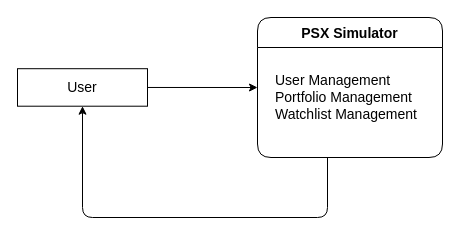
Earlier version of the draw.io diagram diagrams/DFD level 0.drawio (httpshahan/Pakistan-Stock-Exchange-Simulator). Source tidied: cells renumbered, new cells numbered last; positions are measured from the earlier drawing's top-left corner, leaving out a move shared by most shapes. Both pictures are drawn from the tidied source at 100%, with x=0, y=0 at pixel (17, 17).
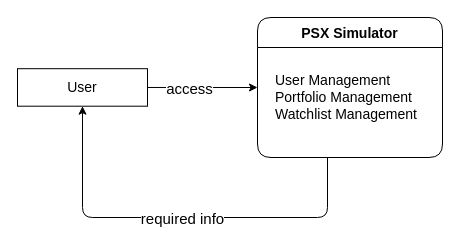
The same diagram, later.

Commit message (it also covers changes not shown here):
Update DFD level 0 diagram with corrected edge order

Diff of the diagram source:
```diff
@@
 <mxGraphModel>
   <root>
     <mxCell id="0" />
     <mxCell id="1" parent="0" />
     <mxCell id="2" style="edgeStyle=orthogonalEdgeStyle;html=1;fontSize=14;entryX=0.5;entryY=1;entryDx=0;entryDy=0;" parent="1" edge="1" source="3" target="6">
       <mxGeometry relative="1" as="geometry">
         <Array as="points">
           <mxPoint x="310" y="200" />
           <mxPoint x="65" y="200" />
         </Array>
       </mxGeometry>
     </mxCell>
+    <mxCell id="7" value="required info" style="edgeLabel;html=1;align=center;verticalAlign=middle;fontSize=15;" parent="2" vertex="1">
+      <mxGeometry x="-0.01" relative="1" as="geometry" />
+    </mxCell>
     <mxCell id="3" value="PSX Simulator" style="swimlane;rounded=1;startSize=30;fontSize=14;" parent="1" vertex="1">
       <mxGeometry x="240" width="185" height="140" as="geometry" />
     </mxCell>
     <mxCell id="4" value="User Management&lt;br style=&quot;font-size: 14px;&quot;&gt;Portfolio Management&lt;br style=&quot;font-size: 14px;&quot;&gt;Watchlist Management" style="text;html=1;align=left;verticalAlign=middle;strokeColor=none;fillColor=none;fontSize=14;spacingTop=0;spacing=3;horizontal=1;" parent="3" vertex="1">
       <mxGeometry x="15" y="50" width="170" height="60" as="geometry" />
     </mxCell>
     <mxCell id="5" style="edgeStyle=none;html=1;entryX=0;entryY=0.5;entryDx=0;entryDy=0;fontSize=14;" parent="1" edge="1" source="6" target="3">
       <mxGeometry relative="1" as="geometry" />
     </mxCell>
+    <mxCell id="8" value="access" style="edgeLabel;html=1;align=center;verticalAlign=middle;fontSize=15;" parent="5" vertex="1">
+      <mxGeometry x="-0.24" y="-1" relative="1" as="geometry" />
+    </mxCell>
     <mxCell id="6" value="User" style="rounded=0;whiteSpace=wrap;html=1;fontSize=14;fillColor=none;" parent="1" vertex="1">
       <mxGeometry y="51.2" width="130" height="37.5" as="geometry" />
     </mxCell>
   </root>
 </mxGraphModel>
```
